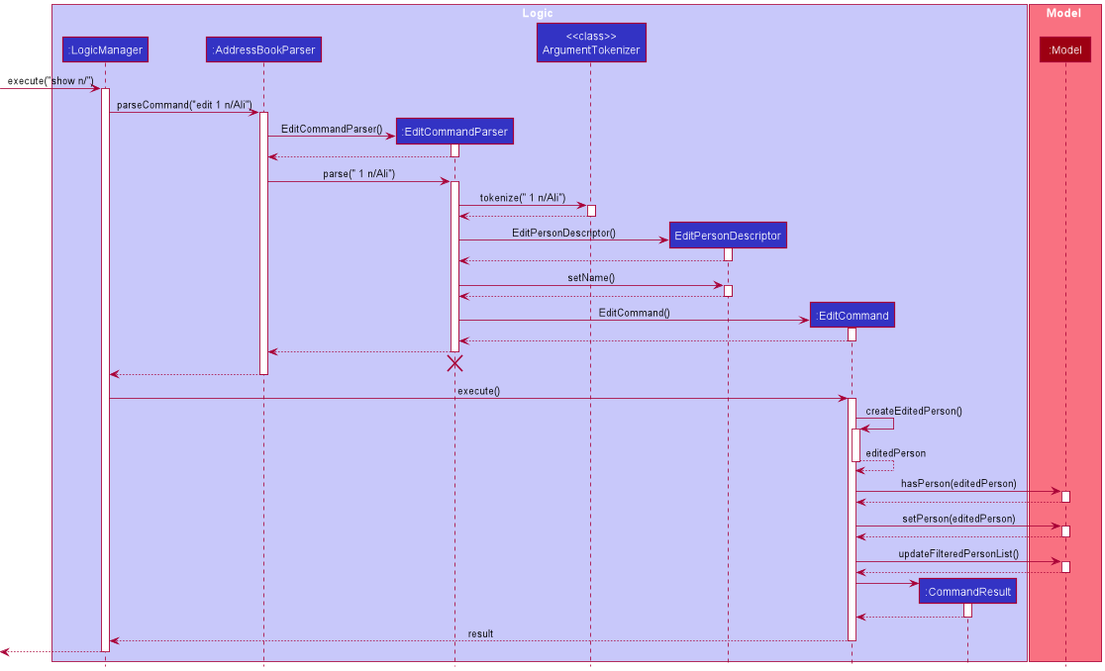
Above: docs/images/EditCommandSequenceDiagram.png in nus-cs2103-AY2122S1/tp (PlantUML), before the change. Source of this version:
```plantuml
@startuml
!include style.puml

box Logic LOGIC_COLOR_T1
participant ":LogicManager" as LogicManager LOGIC_COLOR
participant ":AddressBookParser" as AddressBookParser LOGIC_COLOR
participant ":EditCommandParser" as EditCommandParser LOGIC_COLOR
participant "<<class>>\nArgumentTokenizer" as ArgumentTokenizer LOGIC_COLOR
participant "EditPersonDescriptor" as EditPersonDescriptor LOGIC_COLOR
participant ":EditCommand" as EditCommand LOGIC_COLOR
participant ":CommandResult" as CommandResult LOGIC_COLOR
end box

box Model MODEL_COLOR_T1
participant ":Model" as Model MODEL_COLOR
end box

[-> LogicManager : execute("show n/")
activate LogicManager

LogicManager -> AddressBookParser : parseCommand("edit 1 n/Ali")
activate AddressBookParser

create EditCommandParser



AddressBookParser -> EditCommandParser: EditCommandParser()
activate EditCommandParser

EditCommandParser --> AddressBookParser

deactivate EditCommandParser

AddressBookParser -> EditCommandParser : parse(" 1 n/Ali")
activate EditCommandParser

EditCommandParser -> ArgumentTokenizer : tokenize(" 1 n/Ali")
activate ArgumentTokenizer

ArgumentTokenizer --> EditCommandParser
deactivate ArgumentTokenizer

create EditPersonDescriptor
EditCommandParser -> EditPersonDescriptor : EditPersonDescriptor()
activate EditPersonDescriptor

EditPersonDescriptor --> EditCommandParser
deactivate EditPersonDescriptor

EditCommandParser -> EditPersonDescriptor : setName()
activate EditPersonDescriptor

EditPersonDescriptor --> EditCommandParser
deactivate

create EditCommand
EditCommandParser -> EditCommand : EditCommand()
activate EditCommand

EditCommand --> EditCommandParser
deactivate

EditCommandParser --> AddressBookParser
deactivate

EditCommandParser -[hidden]-> AddressBookParser:
destroy EditCommandParser

AddressBookParser --> LogicManager
deactivate AddressBookParser

LogicManager -> EditCommand : execute()
activate EditCommand

EditCommand -> EditCommand : createEditedPerson()
activate EditCommand

EditCommand --> EditCommand : editedPerson
deactivate

EditCommand -> Model : hasPerson(editedPerson)
activate Model

Model --> EditCommand
deactivate

EditCommand -> Model : setPerson(editedPerson)
activate Model

Model --> EditCommand
deactivate

EditCommand -> Model : updateFilteredPersonList()
activate Model

Model --> EditCommand
deactivate

create CommandResult
EditCommand -> CommandResult
activate CommandResult

CommandResult --> EditCommand
deactivate CommandResult

EditCommand --> LogicManager : result
deactivate EditCommand

[<--LogicManager
deactivate LogicManager
@enduml
```
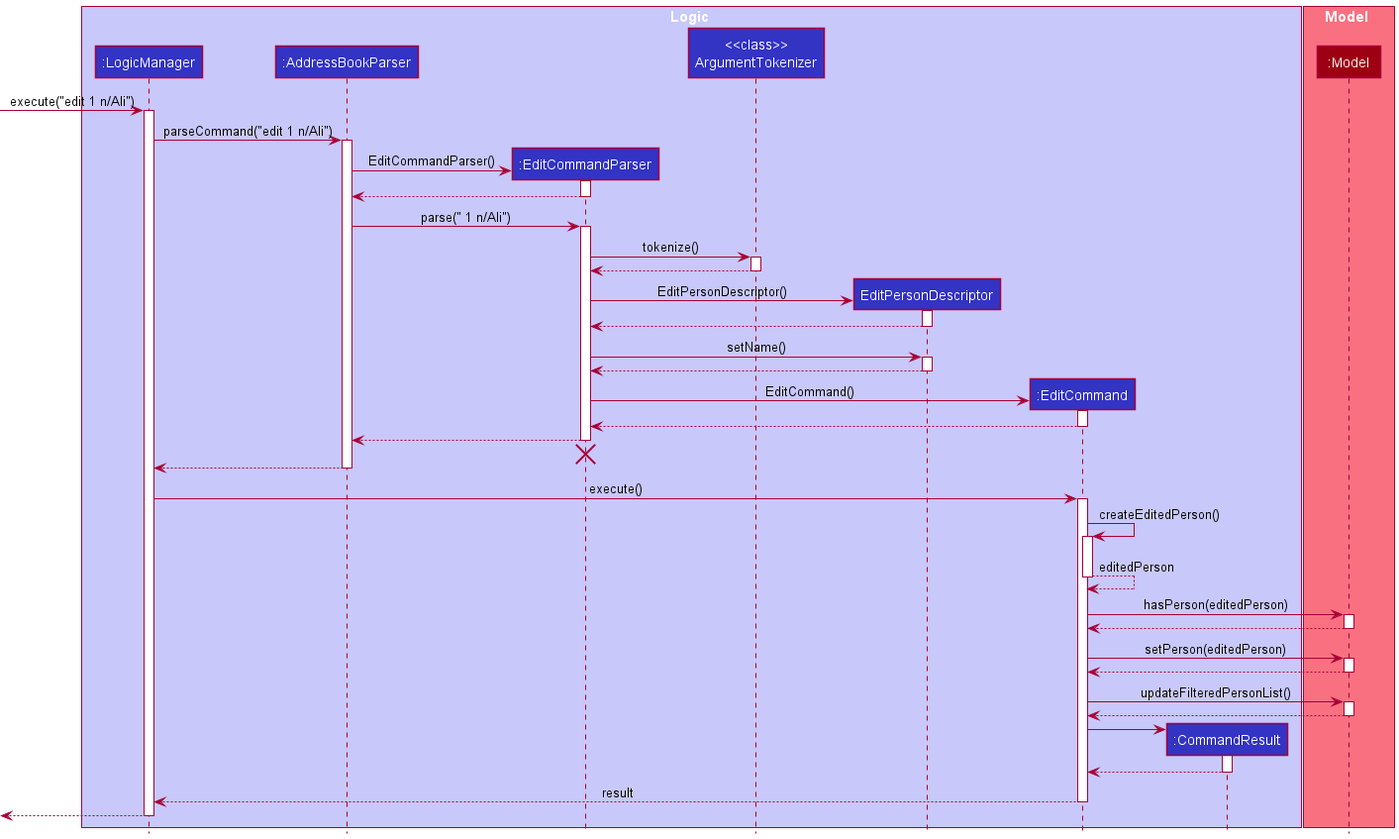
The same file after the commit.

Commit message:
Add AddCommandSequenceDiagram UML

What changed in the source:
```diff
@@ -15,7 +15,7 @@
 participant ":Model" as Model MODEL_COLOR
 end box
 
-[-> LogicManager : execute("show n/")
+[-> LogicManager : execute("edit 1 n/Ali")
 activate LogicManager
 
 LogicManager -> AddressBookParser : parseCommand("edit 1 n/Ali")
@@ -35,7 +35,7 @@
 AddressBookParser -> EditCommandParser : parse(" 1 n/Ali")
 activate EditCommandParser
 
-EditCommandParser -> ArgumentTokenizer : tokenize(" 1 n/Ali")
+EditCommandParser -> ArgumentTokenizer : tokenize()
 activate ArgumentTokenizer
 
 ArgumentTokenizer --> EditCommandParser
```
